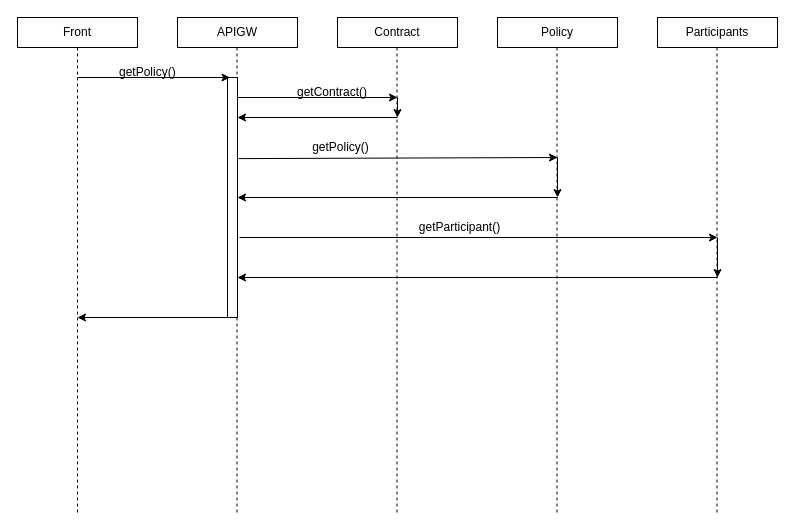
This is page "ConsultarPoliza" (2 of 4) of MR-Servicing.drawio from Midchilda/drawio, a draw.io file, before an edit. Source tidied: cells renumbered, new cells numbered last; positions are measured from the earlier drawing's top-left corner, leaving out a move shared by most shapes. Both pictures are drawn from the tidied source at 100%, with x=0, y=0 at pixel (17, 17).
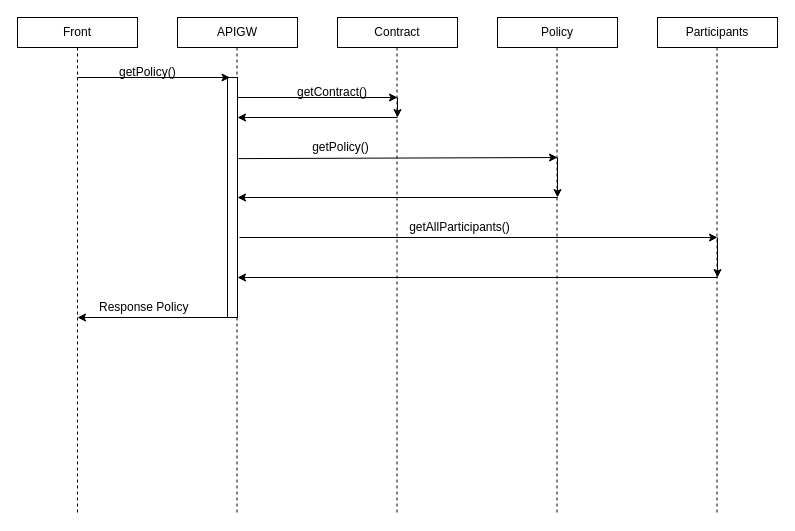
The same page after the edit.

Unchanged cells that the change refers to:
```xml
<mxCell id="23" style="endArrow=classic;html=1;" parent="1" edge="1">
  <mxGeometry relative="1" as="geometry">
    <mxPoint x="222" y="220" as="sourcePoint" />
    <mxPoint x="700" y="220" as="targetPoint" />
  </mxGeometry>
</mxCell>
```

Diff of the diagram source:
```diff
@@
-    <mxCell id="24" value="&lt;div&gt;getParticipant()&lt;/div&gt;" style="text;html=1;align=center;verticalAlign=middle;labelBackgroundColor=#ffffff;" parent="23" vertex="1">
+    <mxCell id="24" value="&lt;div&gt;getAllParticipants()&lt;/div&gt;" style="text;html=1;align=center;verticalAlign=middle;labelBackgroundColor=#ffffff;" parent="23" vertex="1">
       <mxGeometry x="-0.08" relative="1" as="geometry">
         <mxPoint x="-1" y="-11" as="offset" />
       </mxGeometry>
     </mxCell>
@@
+    <mxCell id="28" value="&lt;div&gt;Response Policy&lt;/div&gt;" style="text;html=1;align=left;verticalAlign=top;spacingTop=-4;" parent="1" vertex="1">
+      <mxGeometry x="80" y="280" width="110" height="20" as="geometry" />
+    </mxCell>
```
